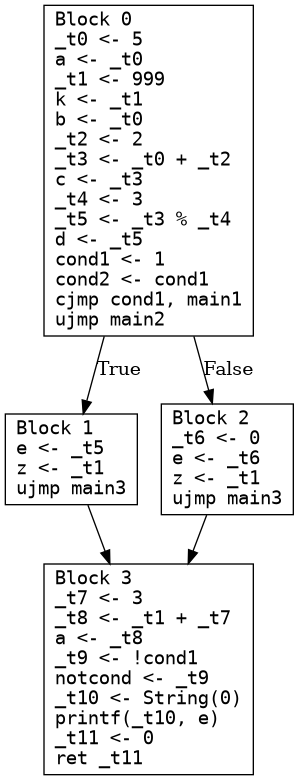
This is main.png from seanchuck/compiler-s25, a Graphviz export, as it was before one commit. Its source is kept beside it as main.dot.
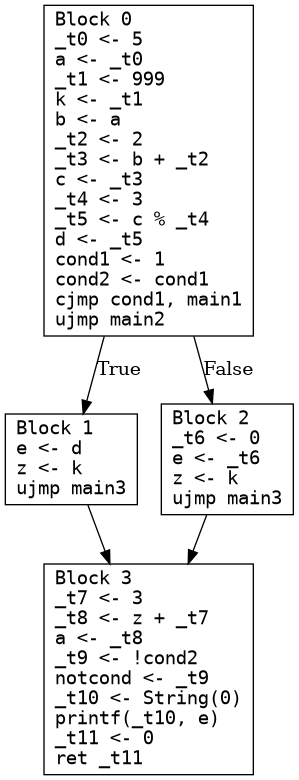
Later version of the same file.

The edit, as a diff of the source:
```diff
@@ -1,9 +1,9 @@
 digraph CFG {
   node [shape=box fontname="monospace"];
-  0 [label="Block 0\l_t0 <- 5\la <- _t0\l_t1 <- 999\lk <- _t1\lb <- _t0\l_t2 <- 2\l_t3 <- _t0 + _t2\lc <- _t3\l_t4 <- 3\l_t5 <- _t3 % _t4\ld <- _t5\lcond1 <- 1\lcond2 <- cond1\lcjmp cond1, main1\lujmp main2\l"];
-  1 [label="Block 1\le <- _t5\lz <- _t1\lujmp main3\l"];
-  2 [label="Block 2\l_t6 <- 0\le <- _t6\lz <- _t1\lujmp main3\l"];
-  3 [label="Block 3\l_t7 <- 3\l_t8 <- _t1 + _t7\la <- _t8\l_t9 <- !cond1\lnotcond <- _t9\l_t10 <- String(0)\lprintf(_t10, e)\l_t11 <- 0\lret _t11\l"];
+  0 [label="Block 0\l_t0 <- 5\la <- _t0\l_t1 <- 999\lk <- _t1\lb <- a\l_t2 <- 2\l_t3 <- b + _t2\lc <- _t3\l_t4 <- 3\l_t5 <- c % _t4\ld <- _t5\lcond1 <- 1\lcond2 <- cond1\lcjmp cond1, main1\lujmp main2\l"];
+  1 [label="Block 1\le <- d\lz <- k\lujmp main3\l"];
+  2 [label="Block 2\l_t6 <- 0\le <- _t6\lz <- k\lujmp main3\l"];
+  3 [label="Block 3\l_t7 <- 3\l_t8 <- z + _t7\la <- _t8\l_t9 <- !cond2\lnotcond <- _t9\l_t10 <- String(0)\lprintf(_t10, e)\l_t11 <- 0\lret _t11\l"];
   0 -> 1 [label="True"];
   0 -> 2 [label="False"];
   1 -> 3 [label=""];
```
